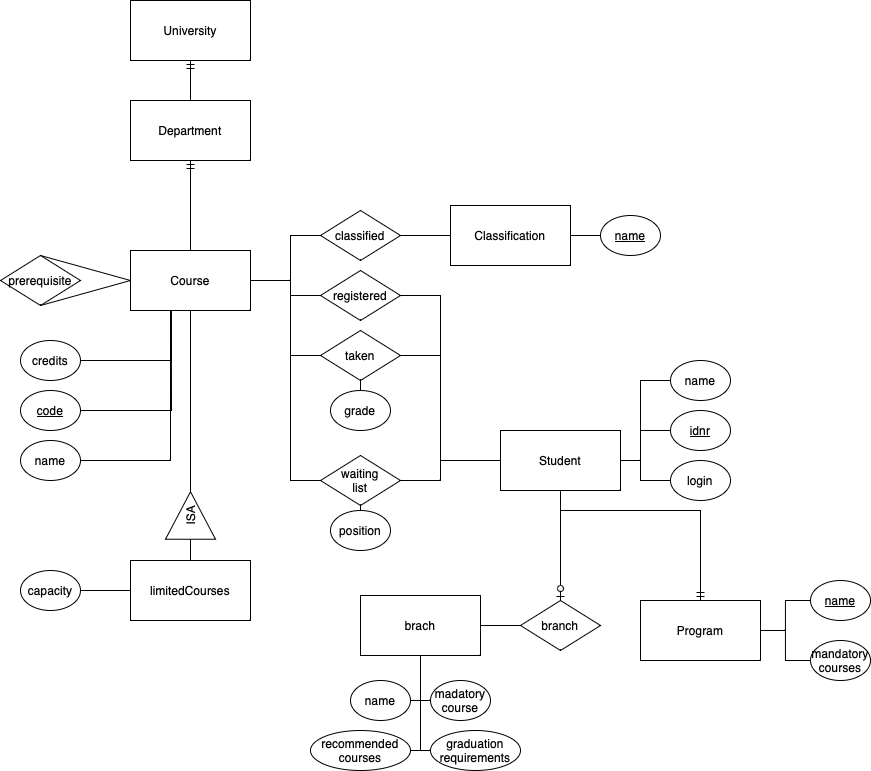
Above: Lab2/er.png in lutches/Databases (draw.io), before the change. Source tidied: cells renumbered, new cells last; positions are measured from the earlier drawing's top-left corner, leaving out a move shared by most shapes.
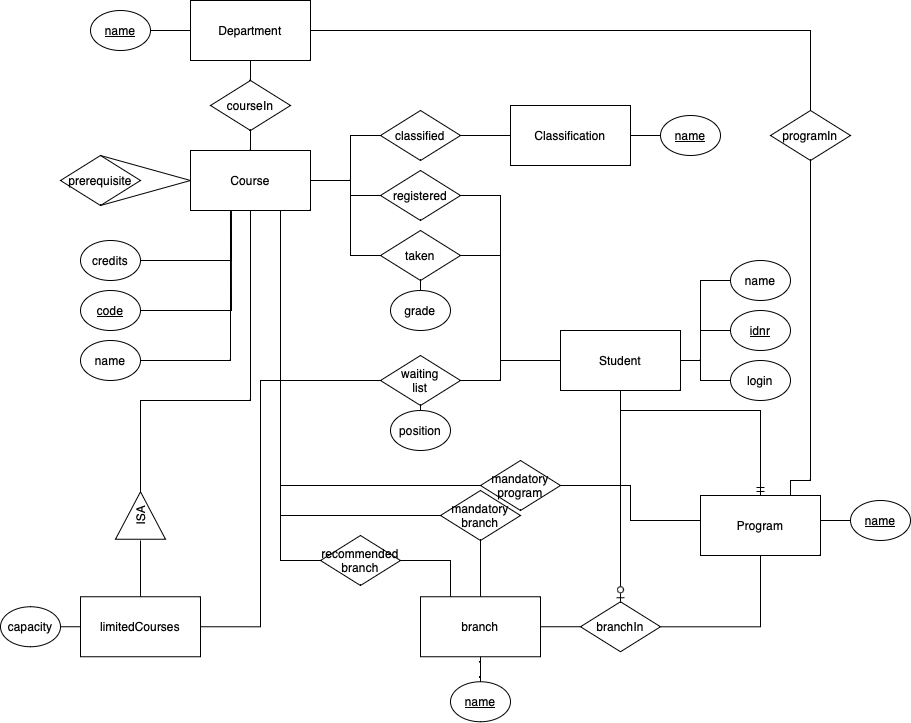
Above is the later version.

The edit, as a diff of the source:
```diff
@@ -80,39 +80,38 @@
       <mxGeometry x="20" y="340" width="60" height="40" as="geometry" />
     </mxCell>
     <mxCell id="18" value="ISA&lt;span style=&quot;white-space: pre;&quot;&gt;&lt;br&gt;&lt;/span&gt;" style="triangle;whiteSpace=wrap;html=1;rotation=-90;" parent="1" vertex="1">
-      <mxGeometry x="166.2" y="490" width="47.5" height="50" as="geometry" />
+      <mxGeometry x="56.2" y="590" width="47.5" height="50" as="geometry" />
     </mxCell>
-    <mxCell id="19" style="endArrow=none;html=1;rounded=0;entryX=0.5;entryY=1;entryDx=0;entryDy=0;exitX=1;exitY=0.5;exitDx=0;exitDy=0;" parent="1" edge="1" source="18" target="2">
-      <mxGeometry relative="1" as="geometry" />
+    <mxCell id="19" style="endArrow=none;html=1;rounded=0;exitX=1;exitY=0.5;exitDx=0;exitDy=0;" parent="1" edge="1" source="18">
+      <mxGeometry relative="1" as="geometry">
+        <mxPoint x="190" y="310" as="targetPoint" />
+        <Array as="points">
+          <mxPoint x="80" y="530" />
+          <mxPoint x="80" y="500" />
+          <mxPoint x="190" y="500" />
+        </Array>
+      </mxGeometry>
     </mxCell>
     <mxCell id="20" value="limitedCourses" style="rounded=0;whiteSpace=wrap;html=1;" parent="1" vertex="1">
-      <mxGeometry x="130" y="560" width="120" height="60" as="geometry" />
+      <mxGeometry x="20" y="696.2" width="120" height="60" as="geometry" />
     </mxCell>
-    <mxCell id="21" style="endArrow=none;html=1;rounded=0;entryX=0;entryY=0.5;entryDx=0;entryDy=0;exitX=0.5;exitY=0;exitDx=0;exitDy=0;" parent="1" edge="1" source="20" target="18">
-      <mxGeometry relative="1" as="geometry" />
+    <mxCell id="21" style="endArrow=none;html=1;rounded=0;entryX=0;entryY=0.5;entryDx=0;entryDy=0;exitX=0.5;exitY=0;exitDx=0;exitDy=0;" parent="1" edge="1" source="20">
+      <mxGeometry relative="1" as="geometry">
+        <mxPoint x="80" y="640" as="targetPoint" />
+      </mxGeometry>
     </mxCell>
     <mxCell id="22" value="capacity" style="ellipse;whiteSpace=wrap;html=1;" parent="1" vertex="1">
-      <mxGeometry x="20" y="570" width="60" height="40" as="geometry" />
+      <mxGeometry x="-60" y="706.2" width="60" height="40" as="geometry" />
     </mxCell>
     <mxCell id="23" style="endArrow=none;html=1;rounded=0;entryX=1;entryY=0.5;entryDx=0;entryDy=0;exitX=0;exitY=0.5;exitDx=0;exitDy=0;" parent="1" edge="1" source="20" target="22">
       <mxGeometry relative="1" as="geometry" />
     </mxCell>
+    <mxCell id="66" style="edgeStyle=orthogonalEdgeStyle;rounded=0;jettySize=auto;html=1;endArrow=none;endFill=0;startArrow=none;startFill=0;" parent="1" edge="1" source="24" target="74">
+      <mxGeometry relative="1" as="geometry" />
+    </mxCell>
     <mxCell id="24" value="Department" style="rounded=0;whiteSpace=wrap;html=1;" parent="1" vertex="1">
       <mxGeometry x="130" y="100" width="120" height="60" as="geometry" />
     </mxCell>
-    <mxCell id="25" style="edgeStyle=elbowEdgeStyle;fontSize=12;html=1;endArrow=ERmandOne;rounded=0;entryX=0.5;entryY=1;entryDx=0;entryDy=0;exitX=0.5;exitY=0;exitDx=0;exitDy=0;elbow=vertical;" parent="1" edge="1" source="2" target="24">
-      <mxGeometry relative="1" as="geometry">
-        <Array as="points">
-          <mxPoint x="190" y="210" />
-        </Array>
-      </mxGeometry>
-    </mxCell>
-    <mxCell id="26" value="University" style="rounded=0;whiteSpace=wrap;html=1;" parent="1" vertex="1">
-      <mxGeometry x="130" width="120" height="60" as="geometry" />
-    </mxCell>
-    <mxCell id="27" style="fontSize=12;html=1;endArrow=ERmandOne;rounded=0;elbow=vertical;entryX=0.5;entryY=1;entryDx=0;entryDy=0;exitX=0.5;exitY=0;exitDx=0;exitDy=0;" parent="1" edge="1" source="24" target="26">
-      <mxGeometry relative="1" as="geometry" />
-    </mxCell>
     <mxCell id="28" value="Classification" style="rounded=0;whiteSpace=wrap;html=1;" parent="1" vertex="1">
       <mxGeometry x="450" y="205" width="120" height="60" as="geometry" />
     </mxCell>
@@ -181,8 +180,16 @@
         </Array>
       </mxGeometry>
     </mxCell>
+    <mxCell id="67" style="edgeStyle=orthogonalEdgeStyle;rounded=0;jettySize=auto;html=1;entryX=1;entryY=0.5;entryDx=0;entryDy=0;startArrow=none;startFill=0;endArrow=none;endFill=0;" parent="1" edge="1" source="42" target="78">
+      <mxGeometry relative="1" as="geometry">
+        <Array as="points">
+          <mxPoint x="570" y="620" />
+          <mxPoint x="570" y="585" />
+        </Array>
+      </mxGeometry>
+    </mxCell>
     <mxCell id="42" value="Program" style="rounded=0;whiteSpace=wrap;html=1;" parent="1" vertex="1">
-      <mxGeometry x="640" y="600" width="120" height="60" as="geometry" />
+      <mxGeometry x="640" y="595" width="120" height="60" as="geometry" />
     </mxCell>
     <mxCell id="43" style="edgeStyle=orthogonalEdgeStyle;fontSize=12;html=1;endArrow=ERmandOne;rounded=0;elbow=vertical;entryX=0.5;entryY=0;entryDx=0;entryDy=0;exitX=0.5;exitY=1;exitDx=0;exitDy=0;" parent="1" edge="1" source="33" target="42">
       <mxGeometry relative="1" as="geometry">
@@ -196,54 +203,28 @@
       <mxGeometry relative="1" as="geometry" />
     </mxCell>
     <mxCell id="45" value="&lt;u&gt;name&lt;/u&gt;" style="ellipse;whiteSpace=wrap;html=1;" parent="1" vertex="1">
-      <mxGeometry x="810" y="580" width="60" height="40" as="geometry" />
+      <mxGeometry x="790" y="600" width="60" height="40" as="geometry" />
     </mxCell>
-    <mxCell id="46" style="edgeStyle=orthogonalEdgeStyle;rounded=0;jettySize=auto;html=1;endArrow=none;endFill=0;elbow=vertical;" parent="1" edge="1" source="47" target="42">
-      <mxGeometry relative="1" as="geometry" />
-    </mxCell>
-    <mxCell id="47" value="mandatory courses" style="ellipse;whiteSpace=wrap;html=1;" parent="1" vertex="1">
-      <mxGeometry x="810" y="640" width="60" height="40" as="geometry" />
-    </mxCell>
+    <mxCell id="68" style="edgeStyle=orthogonalEdgeStyle;rounded=0;jettySize=auto;html=1;endArrow=none;endFill=0;" parent="1" edge="1" source="48" target="42">
+      <mxGeometry relative="1" as="geometry" />
+    </mxCell>
-    <mxCell id="48" value="branch" style="rhombus;whiteSpace=wrap;html=1;" parent="1" vertex="1">
-      <mxGeometry x="520" y="600" width="80" height="50" as="geometry" />
+    <mxCell id="48" value="branchIn" style="rhombus;whiteSpace=wrap;html=1;" parent="1" vertex="1">
+      <mxGeometry x="520" y="701.2" width="80" height="50" as="geometry" />
     </mxCell>
-    <mxCell id="49" style="edgeStyle=orthogonalEdgeStyle;rounded=0;jettySize=auto;html=1;endArrow=none;endFill=0;elbow=vertical;" parent="1" edge="1" source="50" target="48">
-      <mxGeometry relative="1" as="geometry" />
+    <mxCell id="49" style="edgeStyle=orthogonalEdgeStyle;rounded=0;jettySize=auto;html=1;endArrow=none;endFill=0;elbow=vertical;" parent="1" edge="1" source="50">
+      <mxGeometry relative="1" as="geometry">
+        <mxPoint x="520" y="726.2" as="targetPoint" />
+      </mxGeometry>
     </mxCell>
-    <mxCell id="50" value="brach" style="rounded=0;whiteSpace=wrap;html=1;" parent="1" vertex="1">
-      <mxGeometry x="360" y="595" width="120" height="60" as="geometry" />
+    <mxCell id="50" value="branch" style="rounded=0;whiteSpace=wrap;html=1;" parent="1" vertex="1">
+      <mxGeometry x="360" y="696.2" width="120" height="60" as="geometry" />
     </mxCell>
-    <mxCell id="51" value="madatory course" style="ellipse;whiteSpace=wrap;html=1;" parent="1" vertex="1">
-      <mxGeometry x="430" y="680" width="60" height="40" as="geometry" />
-    </mxCell>
-    <mxCell id="52" value="graduation&lt;br&gt;requirements" style="ellipse;whiteSpace=wrap;html=1;" parent="1" vertex="1">
-      <mxGeometry x="430" y="730" width="90" height="40" as="geometry" />
-    </mxCell>
-    <mxCell id="53" style="edgeStyle=orthogonalEdgeStyle;rounded=0;jettySize=auto;html=1;endArrow=none;endFill=0;elbow=vertical;" parent="1" edge="1" source="54" target="51">
-      <mxGeometry relative="1" as="geometry" />
-    </mxCell>
+    <mxCell id="69" style="edgeStyle=orthogonalEdgeStyle;rounded=0;jettySize=auto;html=1;startArrow=none;startFill=0;endArrow=none;endFill=0;" parent="1" edge="1" source="54" target="50">
+      <mxGeometry relative="1" as="geometry" />
+    </mxCell>
-    <mxCell id="54" value="name" style="ellipse;whiteSpace=wrap;html=1;" parent="1" vertex="1">
-      <mxGeometry x="350" y="680" width="60" height="40" as="geometry" />
+    <mxCell id="54" value="&lt;u&gt;name&lt;/u&gt;" style="ellipse;whiteSpace=wrap;html=1;" parent="1" vertex="1">
+      <mxGeometry x="390" y="781.2" width="60" height="40" as="geometry" />
     </mxCell>
-    <mxCell id="55" style="edgeStyle=orthogonalEdgeStyle;rounded=0;jettySize=auto;html=1;endArrow=none;endFill=0;elbow=vertical;" parent="1" edge="1" source="56" target="52">
-      <mxGeometry relative="1" as="geometry" />
-    </mxCell>
-    <mxCell id="56" value="recommended&lt;br&gt;courses" style="ellipse;whiteSpace=wrap;html=1;" parent="1" vertex="1">
-      <mxGeometry x="310" y="730" width="100" height="40" as="geometry" />
-    </mxCell>
-    <mxCell id="57" style="endArrow=none;html=1;rounded=0;elbow=vertical;entryX=0.5;entryY=1;entryDx=0;entryDy=0;exitX=0;exitY=0.5;exitDx=0;exitDy=0;" parent="1" edge="1" source="51" target="50">
-      <mxGeometry relative="1" as="geometry">
-        <Array as="points">
-          <mxPoint x="420" y="700" />
-        </Array>
-      </mxGeometry>
-    </mxCell>
-    <mxCell id="58" style="endArrow=none;html=1;rounded=0;elbow=vertical;" parent="1" edge="1">
-      <mxGeometry relative="1" as="geometry">
-        <mxPoint x="420" y="750" as="sourcePoint" />
-        <mxPoint x="420" y="700" as="targetPoint" />
-      </mxGeometry>
-    </mxCell>
     <mxCell id="59" value="grade" style="ellipse;whiteSpace=wrap;html=1;direction=west;" parent="1" vertex="1">
       <mxGeometry x="330" y="390" width="60" height="40" as="geometry" />
     </mxCell>
@@ -255,9 +236,12 @@
         </Array>
       </mxGeometry>
     </mxCell>
-    <mxCell id="61" style="edgeStyle=orthogonalEdgeStyle;rounded=0;jettySize=auto;html=1;endArrow=none;endFill=0;elbow=vertical;" parent="1" edge="1" source="62">
+    <mxCell id="61" style="edgeStyle=orthogonalEdgeStyle;rounded=0;jettySize=auto;html=1;endArrow=none;endFill=0;elbow=vertical;entryX=1;entryY=0.5;entryDx=0;entryDy=0;" parent="1" edge="1" source="62" target="20">
       <mxGeometry relative="1" as="geometry">
-        <mxPoint x="290" y="310" as="targetPoint" />
+        <Array as="points">
+          <mxPoint x="200" y="480" />
+          <mxPoint x="200" y="726" />
+        </Array>
       </mxGeometry>
     </mxCell>
     <mxCell id="62" value="waiting&lt;br&gt;list" style="rhombus;whiteSpace=wrap;html=1;" parent="1" vertex="1">
@@ -277,5 +261,60 @@
     <mxCell id="65" style="endArrow=none;html=1;rounded=0;elbow=vertical;entryX=0.5;entryY=1;entryDx=0;entryDy=0;exitX=0.5;exitY=1;exitDx=0;exitDy=0;" parent="1" edge="1" source="59" target="9">
       <mxGeometry relative="1" as="geometry" />
     </mxCell>
+    <mxCell id="70" style="edgeStyle=orthogonalEdgeStyle;rounded=0;jettySize=auto;html=1;entryX=0.75;entryY=0;entryDx=0;entryDy=0;endArrow=none;endFill=0;" parent="1" edge="1" source="72" target="42">
+      <mxGeometry relative="1" as="geometry">
+        <Array as="points">
+          <mxPoint x="750" y="265" />
+          <mxPoint x="750" y="580" />
+          <mxPoint x="730" y="580" />
+        </Array>
+      </mxGeometry>
+    </mxCell>
+    <mxCell id="71" style="edgeStyle=orthogonalEdgeStyle;rounded=0;jettySize=auto;html=1;entryX=1;entryY=0.5;entryDx=0;entryDy=0;endArrow=none;endFill=0;exitX=0.5;exitY=0;exitDx=0;exitDy=0;" parent="1" edge="1" source="72" target="24">
+      <mxGeometry relative="1" as="geometry">
+        <Array as="points">
+          <mxPoint x="750" y="130" />
+        </Array>
+      </mxGeometry>
+    </mxCell>
+    <mxCell id="72" value="programIn&lt;br&gt;" style="rhombus;whiteSpace=wrap;html=1;" parent="1" vertex="1">
+      <mxGeometry x="710" y="210" width="80" height="50" as="geometry" />
+    </mxCell>
+    <mxCell id="73" style="edgeStyle=orthogonalEdgeStyle;rounded=0;jettySize=auto;html=1;endArrow=none;endFill=0;" parent="1" edge="1" source="74" target="2">
+      <mxGeometry relative="1" as="geometry" />
+    </mxCell>
+    <mxCell id="74" value="courseIn" style="rhombus;whiteSpace=wrap;html=1;" parent="1" vertex="1">
+      <mxGeometry x="150" y="180" width="80" height="50" as="geometry" />
+    </mxCell>
+    <mxCell id="75" style="edgeStyle=orthogonalEdgeStyle;rounded=0;jettySize=auto;html=1;endArrow=none;endFill=0;" parent="1" edge="1" source="76" target="24">
+      <mxGeometry relative="1" as="geometry" />
+    </mxCell>
+    <mxCell id="76" value="&lt;u&gt;name&lt;/u&gt;" style="ellipse;whiteSpace=wrap;html=1;" parent="1" vertex="1">
+      <mxGeometry x="30" y="110" width="60" height="40" as="geometry" />
+    </mxCell>
+    <mxCell id="77" style="edgeStyle=orthogonalEdgeStyle;rounded=0;jettySize=auto;html=1;entryX=0.75;entryY=1;entryDx=0;entryDy=0;startArrow=none;startFill=0;endArrow=none;endFill=0;" parent="1" edge="1" source="78" target="2">
+      <mxGeometry relative="1" as="geometry" />
+    </mxCell>
+    <mxCell id="78" value="mandatory&lt;br&gt;program" style="rhombus;whiteSpace=wrap;html=1;" parent="1" vertex="1">
+      <mxGeometry x="420" y="560" width="80" height="50" as="geometry" />
+    </mxCell>
+    <mxCell id="79" style="edgeStyle=orthogonalEdgeStyle;rounded=0;jettySize=auto;html=1;entryX=0.5;entryY=0;entryDx=0;entryDy=0;startArrow=none;startFill=0;endArrow=none;endFill=0;" parent="1" edge="1" source="81" target="50">
+      <mxGeometry relative="1" as="geometry" />
+    </mxCell>
+    <mxCell id="80" style="edgeStyle=orthogonalEdgeStyle;rounded=0;jettySize=auto;html=1;startArrow=none;startFill=0;endArrow=none;endFill=0;entryX=0.75;entryY=1;entryDx=0;entryDy=0;" parent="1" edge="1" source="81" target="2">
+      <mxGeometry relative="1" as="geometry" />
+    </mxCell>
+    <mxCell id="81" value="mandatory&lt;br&gt;branch" style="rhombus;whiteSpace=wrap;html=1;" parent="1" vertex="1">
+      <mxGeometry x="380" y="590" width="80" height="50" as="geometry" />
+    </mxCell>
+    <mxCell id="82" style="edgeStyle=orthogonalEdgeStyle;rounded=0;jettySize=auto;html=1;entryX=0.25;entryY=0;entryDx=0;entryDy=0;startArrow=none;startFill=0;endArrow=none;endFill=0;" parent="1" edge="1" source="84" target="50">
+      <mxGeometry relative="1" as="geometry" />
+    </mxCell>
+    <mxCell id="83" style="edgeStyle=orthogonalEdgeStyle;rounded=0;jettySize=auto;html=1;entryX=0.75;entryY=1;entryDx=0;entryDy=0;startArrow=none;startFill=0;endArrow=none;endFill=0;" parent="1" edge="1" source="84" target="2">
+      <mxGeometry relative="1" as="geometry" />
+    </mxCell>
+    <mxCell id="84" value="recommended&lt;br&gt;branch" style="rhombus;whiteSpace=wrap;html=1;" parent="1" vertex="1">
+      <mxGeometry x="260" y="635" width="80" height="50" as="geometry" />
+    </mxCell>
   </root>
 </mxGraphModel>
```
